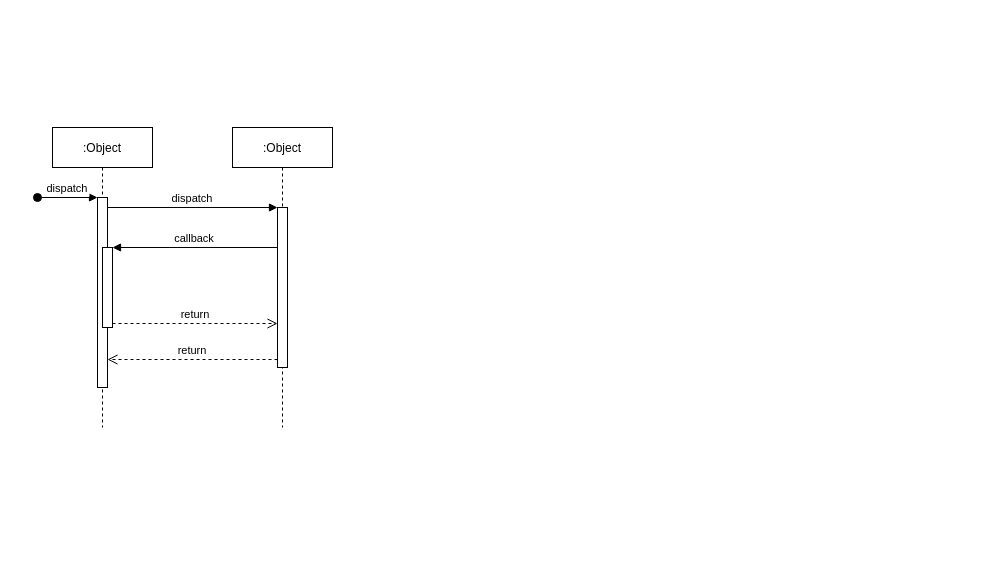
The draw.io diagram OkHttp/Untitled Diagram.drawio in ToTheMoonLee/diagrams, before the edit. Source tidied: cells renumbered, new cells numbered last; positions are measured from the earlier drawing's top-left corner, leaving out a move shared by most shapes. Both pictures are drawn from the tidied source at 100%, with x=0, y=0 at pixel (37, 127).
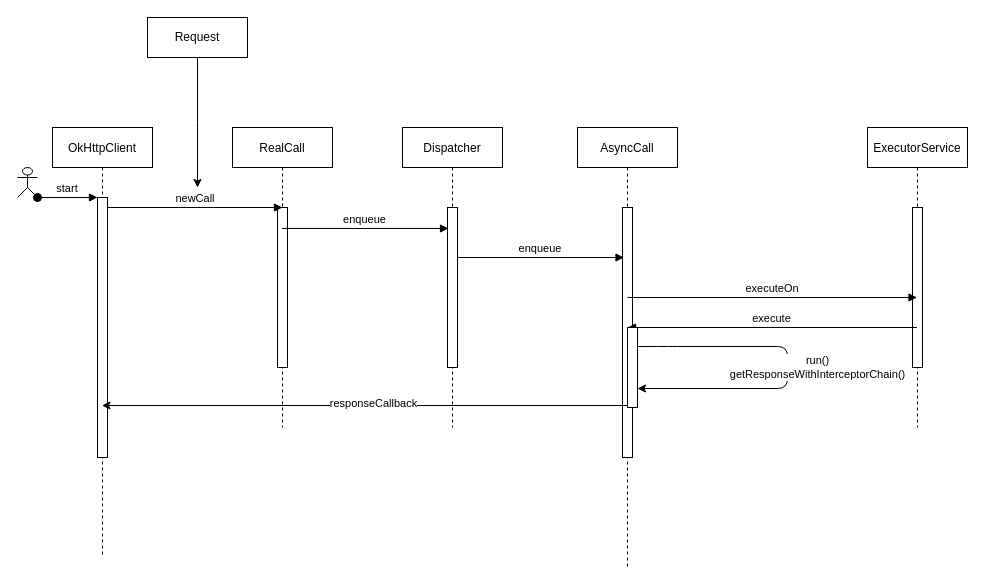
After the change.

Unchanged cells that the change refers to:
```xml
<mxCell id="7" style="points=[];perimeter=orthogonalPerimeter;rounded=0;shadow=0;strokeWidth=1;" parent="6" vertex="1">
  <mxGeometry x="45" y="80" width="10" height="160" as="geometry" />
</mxCell>
```

Change to the diagram source:
```diff
@@
-    <mxCell id="2" value=":Object" style="shape=umlLifeline;perimeter=lifelinePerimeter;rounded=0;shadow=0;strokeWidth=1;" parent="1" vertex="1">
-      <mxGeometry x="15" width="100" height="300" as="geometry" />
+    <mxCell id="2" value="OkHttpClient" style="shape=umlLifeline;perimeter=lifelinePerimeter;rounded=0;shadow=0;strokeWidth=1;" parent="1" vertex="1">
+      <mxGeometry x="15" width="100" height="430" as="geometry" />
     </mxCell>
     <mxCell id="3" style="points=[];perimeter=orthogonalPerimeter;rounded=0;shadow=0;strokeWidth=1;" parent="2" vertex="1">
-      <mxGeometry x="45" y="70" width="10" height="190" as="geometry" />
+      <mxGeometry x="45" y="70" width="10" height="260" as="geometry" />
     </mxCell>
-    <mxCell id="4" value="dispatch" style="verticalAlign=bottom;startArrow=oval;endArrow=block;startSize=8;shadow=0;strokeWidth=1;" parent="2" edge="1" target="3">
+    <mxCell id="4" value="start" style="verticalAlign=bottom;startArrow=oval;endArrow=block;startSize=8;shadow=0;strokeWidth=1;" parent="2" edge="1" target="3">
       <mxGeometry relative="1" as="geometry">
         <mxPoint x="-15" y="70" as="sourcePoint" />
       </mxGeometry>
     </mxCell>
-    <mxCell id="5" style="points=[];perimeter=orthogonalPerimeter;rounded=0;shadow=0;strokeWidth=1;" parent="2" vertex="1">
-      <mxGeometry x="50" y="120" width="10" height="80" as="geometry" />
-    </mxCell>
-    <mxCell id="6" value=":Object" style="shape=umlLifeline;perimeter=lifelinePerimeter;rounded=0;shadow=0;strokeWidth=1;" parent="1" vertex="1">
+    <mxCell id="6" value="RealCall" style="shape=umlLifeline;perimeter=lifelinePerimeter;rounded=0;shadow=0;strokeWidth=1;" parent="1" vertex="1">
       <mxGeometry x="195" width="100" height="300" as="geometry" />
     </mxCell>
@@
-    <mxCell id="8" value="return" style="verticalAlign=bottom;endArrow=open;dashed=1;endSize=8;exitX=0;exitY=0.95;shadow=0;strokeWidth=1;" parent="1" edge="1" source="7" target="3">
-      <mxGeometry relative="1" as="geometry" />
-    </mxCell>
-    <mxCell id="9" value="dispatch" style="verticalAlign=bottom;endArrow=block;entryX=0;entryY=0;shadow=0;strokeWidth=1;" parent="1" edge="1" source="3" target="7">
-      <mxGeometry relative="1" as="geometry" />
+    <mxCell id="9" value="newCall" style="verticalAlign=bottom;endArrow=block;shadow=0;strokeWidth=1;" parent="1" edge="1" source="3">
+      <mxGeometry relative="1" as="geometry">
+        <mxPoint x="245" y="80" as="targetPoint" />
+      </mxGeometry>
     </mxCell>
-    <mxCell id="10" value="callback" style="verticalAlign=bottom;endArrow=block;entryX=1;entryY=0;shadow=0;strokeWidth=1;" parent="1" edge="1" source="7" target="5">
-      <mxGeometry relative="1" as="geometry" />
-    </mxCell>
-    <mxCell id="11" value="return" style="verticalAlign=bottom;endArrow=open;dashed=1;endSize=8;exitX=1;exitY=0.95;shadow=0;strokeWidth=1;" parent="1" edge="1" source="5" target="7">
-      <mxGeometry relative="1" as="geometry" />
-    </mxCell>
+    <mxCell id="12" value="Dispatcher" style="shape=umlLifeline;perimeter=lifelinePerimeter;rounded=0;shadow=0;strokeWidth=1;" parent="1" vertex="1">
+      <mxGeometry x="365" width="100" height="300" as="geometry" />
+    </mxCell>
+    <mxCell id="13" style="points=[];perimeter=orthogonalPerimeter;rounded=0;shadow=0;strokeWidth=1;" parent="12" vertex="1">
+      <mxGeometry x="45" y="80" width="10" height="160" as="geometry" />
+    </mxCell>
+    <mxCell id="14" value="enqueue" style="verticalAlign=bottom;endArrow=block;shadow=0;strokeWidth=1;entryX=0.1;entryY=0.131;entryDx=0;entryDy=0;entryPerimeter=0;" parent="1" edge="1" source="6" target="13">
+      <mxGeometry relative="1" as="geometry" />
+    </mxCell>
+    <mxCell id="15" value="AsyncCall" style="shape=umlLifeline;perimeter=lifelinePerimeter;rounded=0;shadow=0;strokeWidth=1;" parent="1" vertex="1">
+      <mxGeometry x="540" width="100" height="440" as="geometry" />
+    </mxCell>
+    <mxCell id="16" style="perimeter=orthogonalPerimeter;rounded=0;shadow=0;strokeWidth=1;" parent="15" vertex="1">
+      <mxGeometry x="45" y="80" width="10" height="250" as="geometry" />
+    </mxCell>
+    <mxCell id="17" value="enqueue" style="verticalAlign=bottom;endArrow=block;shadow=0;strokeWidth=1;entryX=0.1;entryY=0.131;entryDx=0;entryDy=0;entryPerimeter=0;" parent="1" edge="1">
+      <mxGeometry relative="1" as="geometry">
+        <mxPoint x="420" y="130" as="sourcePoint" />
+        <mxPoint x="586.5" y="130" as="targetPoint" />
+      </mxGeometry>
+    </mxCell>
+    <mxCell id="18" value="ExecutorService" style="shape=umlLifeline;perimeter=lifelinePerimeter;rounded=0;shadow=0;strokeWidth=1;" parent="1" vertex="1">
+      <mxGeometry x="830" width="100" height="300" as="geometry" />
+    </mxCell>
+    <mxCell id="19" style="perimeter=orthogonalPerimeter;rounded=0;shadow=0;strokeWidth=1;" parent="18" vertex="1">
+      <mxGeometry x="45" y="80" width="10" height="160" as="geometry" />
+    </mxCell>
+    <mxCell id="20" value="executeOn" style="verticalAlign=bottom;endArrow=block;shadow=0;strokeWidth=1;" parent="1" edge="1" target="18">
+      <mxGeometry relative="1" as="geometry">
+        <mxPoint x="590" y="170" as="sourcePoint" />
+      </mxGeometry>
+    </mxCell>
+    <mxCell id="21" value="execute" style="verticalAlign=bottom;endArrow=block;entryX=1;entryY=0;shadow=0;strokeWidth=1;" parent="1" edge="1" source="18">
+      <mxGeometry relative="1" as="geometry">
+        <mxPoint x="590" y="200" as="targetPoint" />
+      </mxGeometry>
+    </mxCell>
+    <mxCell id="22" style="points=[];perimeter=orthogonalPerimeter;rounded=0;shadow=0;strokeWidth=1;" parent="1" vertex="1">
+      <mxGeometry x="590" y="200" width="10" height="80" as="geometry" />
+    </mxCell>
+    <mxCell id="23" value="run()&lt;br&gt;getResponseWithInterceptorChain()" style="endArrow=classic;html=1;exitX=1;exitY=0.238;exitDx=0;exitDy=0;exitPerimeter=0;" parent="1" edge="1" source="22" target="22">
+      <mxGeometry y="30" relative="1" as="geometry">
+        <Array as="points">
+          <mxPoint x="630" y="219" />
+          <mxPoint x="750" y="219" />
+          <mxPoint x="750" y="261" />
+        </Array>
+      </mxGeometry>
+    </mxCell>
+    <mxCell id="24" style="endArrow=classic;html=1;exitX=0;exitY=0.975;exitDx=0;exitDy=0;exitPerimeter=0;" parent="1" edge="1" source="22" target="2">
+      <mxGeometry relative="1" as="geometry" />
+    </mxCell>
+    <mxCell id="25" value="responseCallback" style="edgeLabel;html=1;align=center;verticalAlign=middle;" parent="24" vertex="1">
+      <mxGeometry x="-0.03" y="-3" relative="1" as="geometry" />
+    </mxCell>
+    <mxCell id="26" style="edgeStyle=orthogonalEdgeStyle;rounded=0;jettySize=auto;html=1;exitX=0.5;exitY=1;exitDx=0;exitDy=0;" parent="1" edge="1" source="27">
+      <mxGeometry relative="1" as="geometry">
+        <mxPoint x="160" y="60" as="targetPoint" />
+      </mxGeometry>
+    </mxCell>
+    <mxCell id="27" value="Request" style="rounded=0;whiteSpace=wrap;html=1;" parent="1" vertex="1">
+      <mxGeometry x="110" y="-110" width="100" height="40" as="geometry" />
+    </mxCell>
+    <mxCell id="28" style="shape=umlActor;verticalLabelPosition=bottom;verticalAlign=top;html=1;" parent="1" vertex="1">
+      <mxGeometry x="-20" y="40" width="20" height="30" as="geometry" />
+    </mxCell>
```
